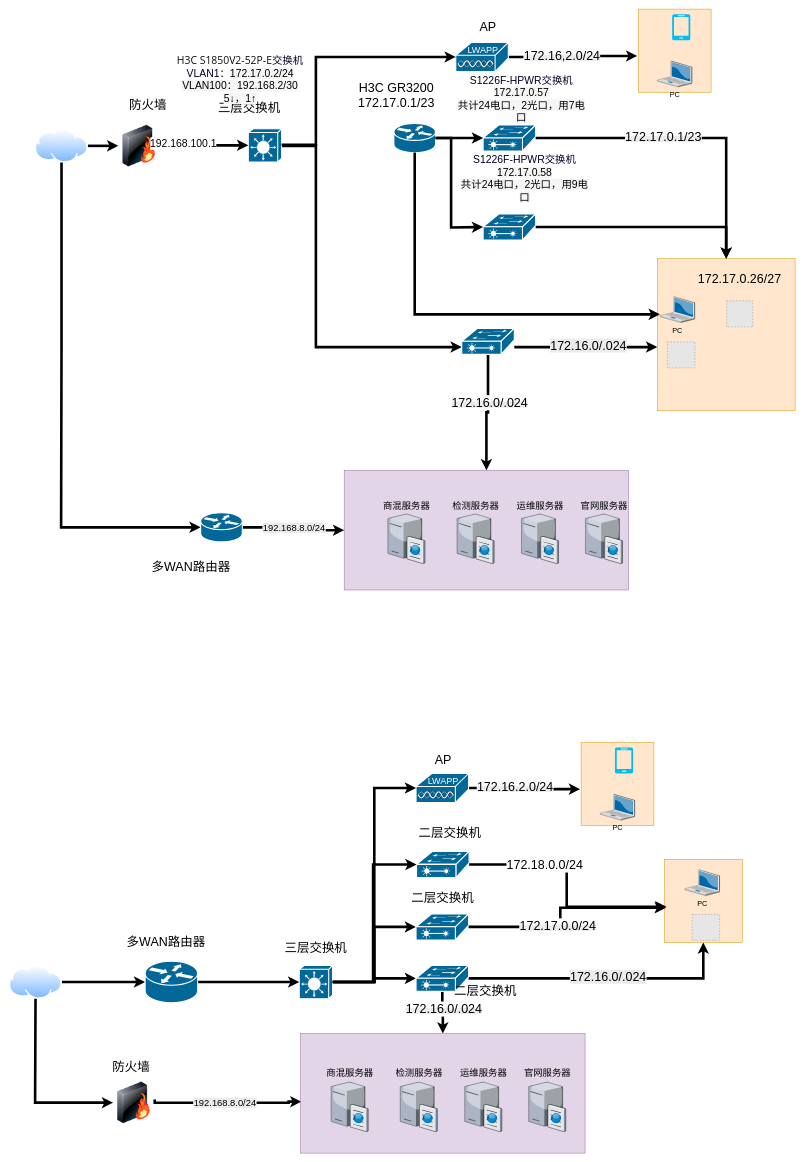
Above: 未命名绘图.drawio in NewStart2019/cardiac-segmentation (draw.io), before the change. Source tidied: cells renumbered, new cells numbered last; positions are measured from the earlier drawing's top-left corner, leaving out a move shared by most shapes. Both pictures are drawn from the tidied source at 52%, with x=0, y=0 at pixel (9, 9). Pictures stored in the file or linked from it are replaced by grey dashed boxes.
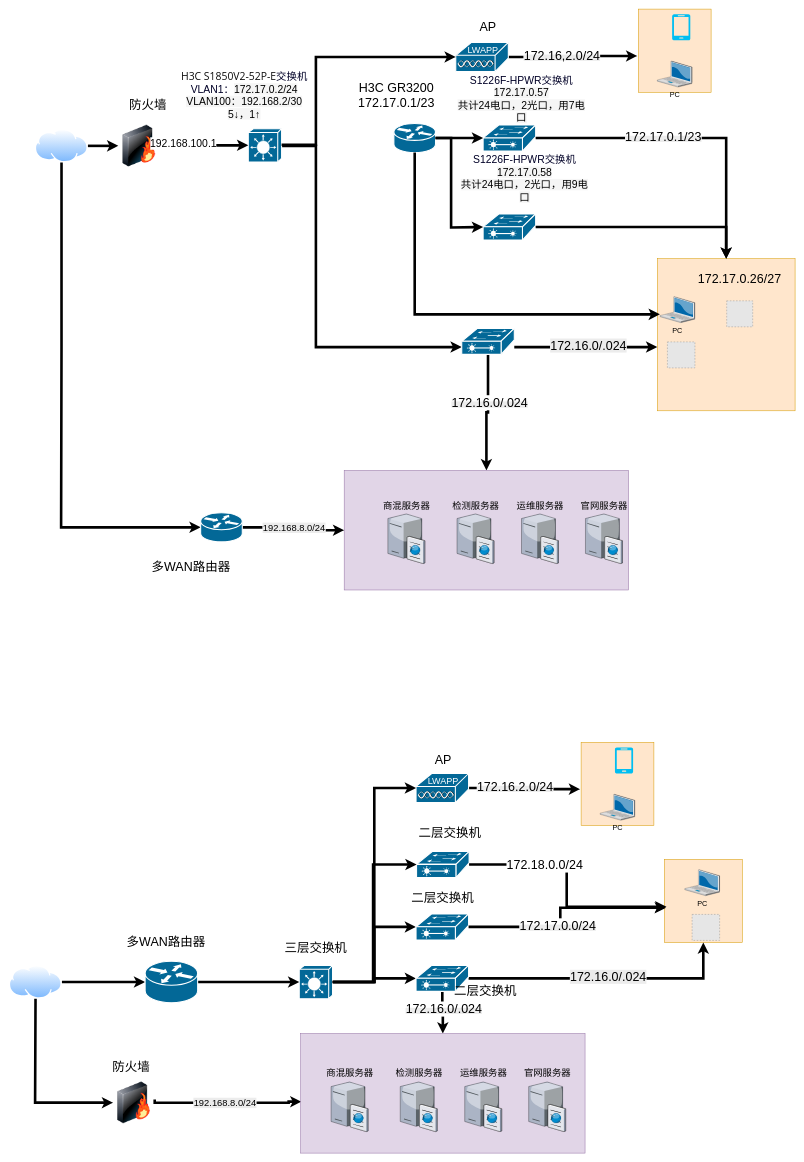
After the change.

Commit message:
未命名绘图.drawio

The edit, as a diff of the source:
```diff
@@
-    <mxCell id="21" value="&lt;font style=&quot;font-size: 24px;&quot;&gt;三层交换机&lt;/font&gt;" style="text;html=1;whiteSpace=wrap;strokeColor=none;fillColor=none;align=center;verticalAlign=middle;rounded=0;" parent="1" vertex="1">
-      <mxGeometry x="392" y="175" width="140" height="30" as="geometry" />
-    </mxCell>
@@
     <mxCell id="95" value="&lt;font style=&quot;&quot;&gt;&lt;span&gt;&lt;span style=&quot;color: rgb(13, 13, 13); font-family: &amp;quot;Microsoft YaHei&amp;quot;, &amp;quot;Segoe UI&amp;quot;, system-ui, Roboto, &amp;quot;Noto Sans SC&amp;quot;, &amp;quot;Helvetica Neue&amp;quot;, Arial, sans-serif; text-align: start; white-space: pre-line;&quot;&gt;&lt;font style=&quot;font-size: 20px;&quot;&gt;H3C S1850V2-52P-E&lt;/font&gt;&lt;/span&gt;&lt;span style=&quot;font-size: 20px; font-family: 微软雅黑, HPRegular; text-align: left;&quot;&gt;&lt;font&gt;交换机VLAN1：&lt;/font&gt;&lt;/span&gt;&lt;/span&gt;&lt;span style=&quot;font-size: 20px; color: rgb(0, 0, 0); font-family: &amp;quot;Trebuchet MS&amp;quot;, Arial, Helvetica, Verdana, &amp;quot;sans-serif&amp;quot;; text-align: left; background-color: rgb(245, 245, 245);&quot;&gt;&lt;font style=&quot;&quot;&gt;172.17.0.2/24&lt;br&gt;VLAN100：192.168.2/30&lt;br&gt;&lt;/font&gt;5&lt;b&gt;↓&lt;/b&gt;，1↑&lt;/span&gt;&lt;/font&gt;&lt;span style=&quot;font-family: 微软雅黑, HPRegular; font-size: 20px; text-align: left;&quot;&gt;&lt;/span&gt;" style="text;html=1;whiteSpace=wrap;strokeColor=none;fillColor=none;align=center;verticalAlign=middle;rounded=0;fontColor=light-dark(#000027, #ffdada);" parent="1" vertex="1">
-      <mxGeometry x="312.1" y="120" width="265" height="30" as="geometry" />
+      <mxGeometry x="320" y="150" width="265" height="30" as="geometry" />
     </mxCell>
```
